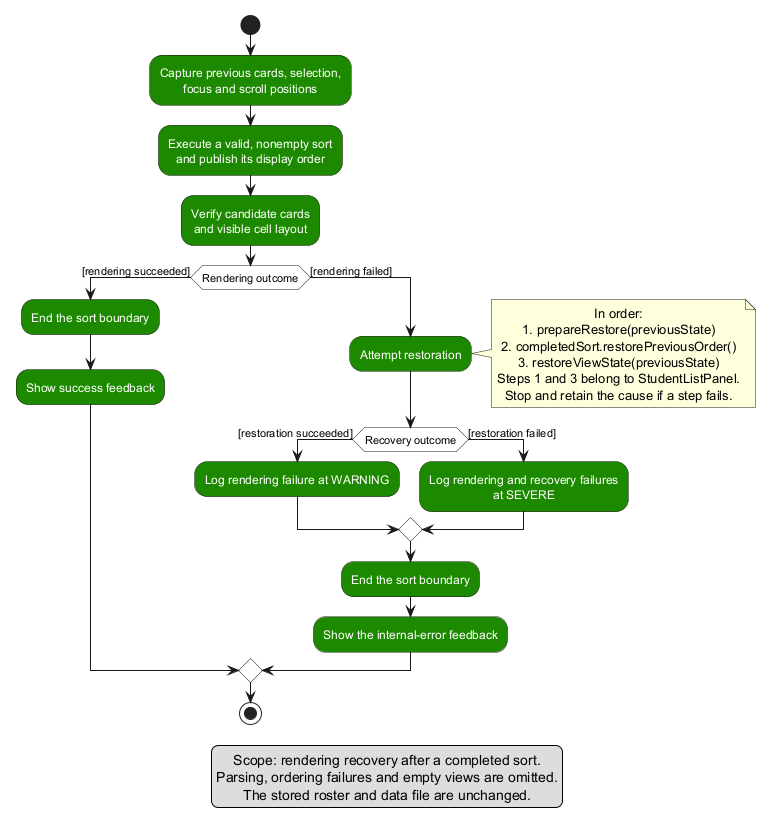
Earlier version of the PlantUML export docs/images/StudentSortRecoveryActivityDiagram.png (AY2627S1-CS2103-F12-1/tp).
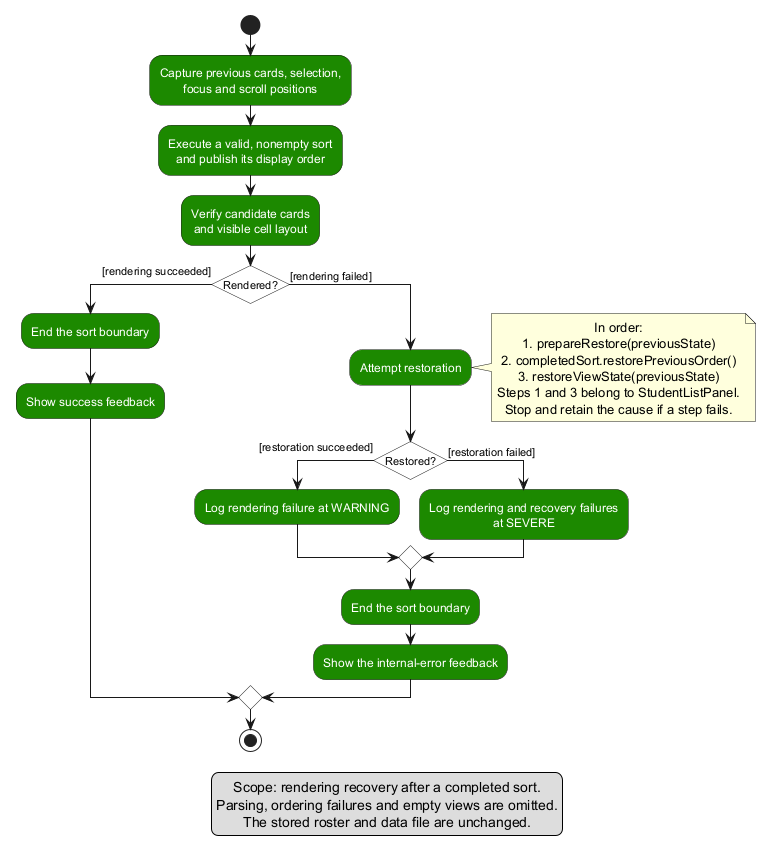
The same diagram one commit later.

What changed in the source:
```diff
@@ -4,13 +4,14 @@
 skinparam activityFontColor #FFFFFF
 skinparam activityDiamondBackgroundColor #FFFFFF
 skinparam activityDiamondFontColor #000000
+skinparam conditionStyle InsideDiamond
 skinparam ArrowFontStyle plain
 
 start
 :Capture previous cards, selection,\nfocus and scroll positions;
 :Execute a valid, nonempty sort\nand publish its display order;
 :Verify candidate cards\nand visible cell layout;
-if (Rendering outcome) then ([rendering succeeded])
+if (Rendered?) then ([rendering succeeded])
   :End the sort boundary;
   :Show success feedback;
 else ([rendering failed])
@@ -23,7 +24,7 @@
     Steps 1 and 3 belong to StudentListPanel.
     Stop and retain the cause if a step fails.
   end note
-  if (Recovery outcome) then ([restoration succeeded])
+  if (Restored?) then ([restoration succeeded])
     :Log rendering failure at WARNING;
   else ([restoration failed])
     :Log rendering and recovery failures\nat SEVERE;
```
